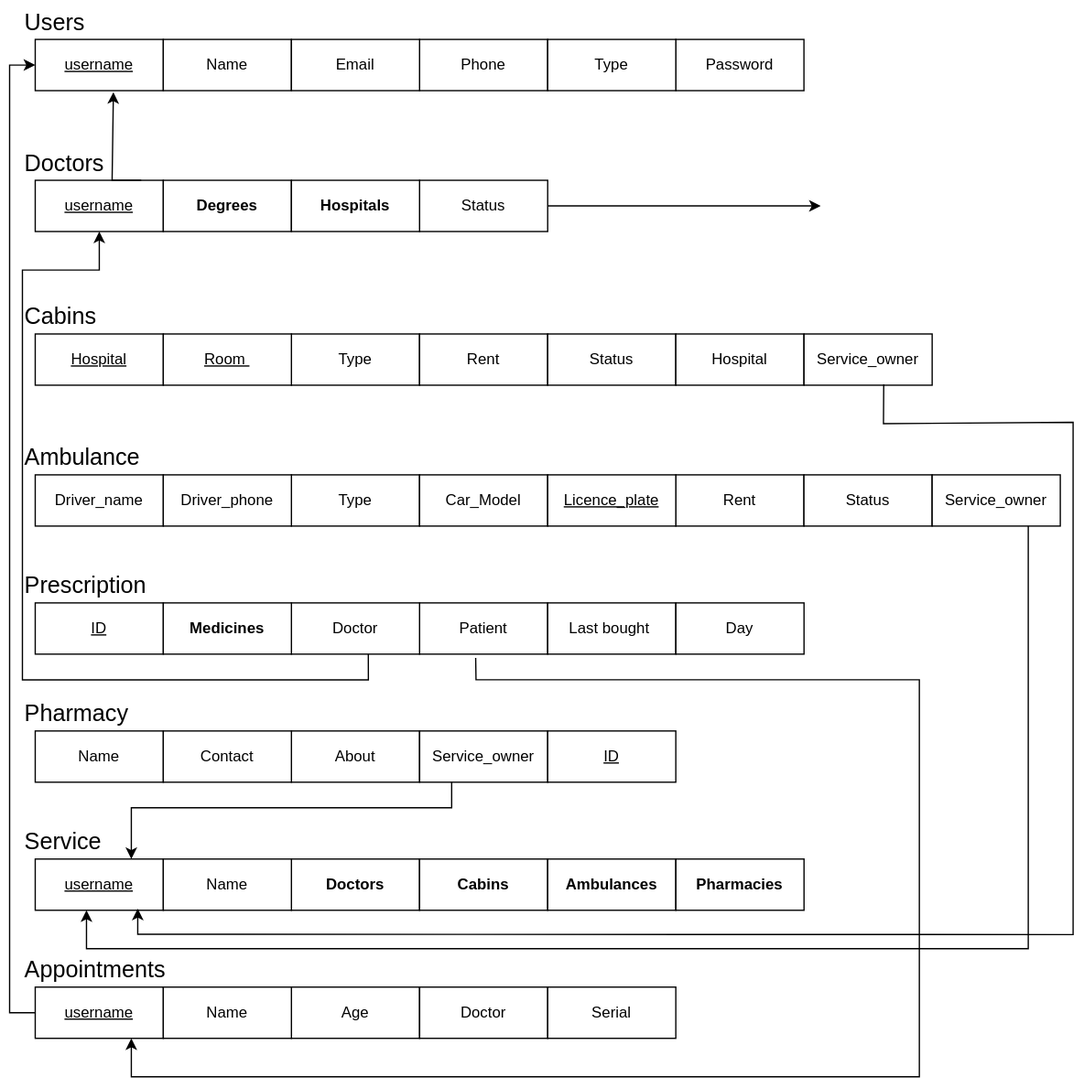
This is Medical Service Shema.drawio.svg from asiradnan/drawio, a draw.io export, as it was before one commit. Source tidied: cells renumbered, new cells last; positions are measured from the earlier drawing's top-left corner, leaving out a move shared by most shapes.
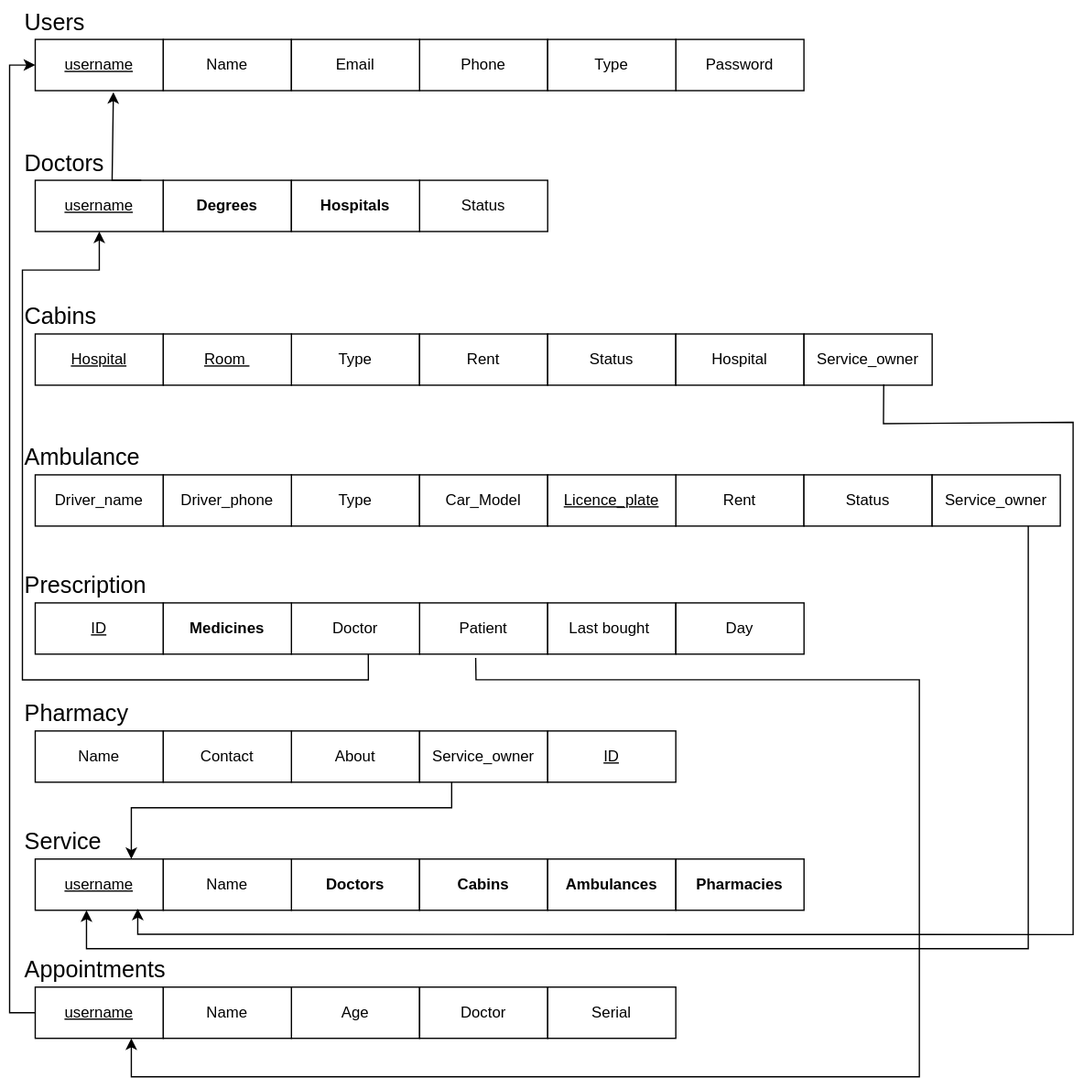
After the commit.

Commit message:
Test was successful

Change to the diagram source:
```diff
@@ -236,10 +236,5 @@
         </Array>
       </mxGeometry>
     </mxCell>
-    <mxCell id="64" style="endArrow=classic;html=1;rounded=0;exitX=1;exitY=0.5;exitDx=0;exitDy=0;" parent="1" edge="1" source="11">
-      <mxGeometry relative="1" as="geometry">
-        <mxPoint x="633" y="160" as="targetPoint" />
-      </mxGeometry>
-    </mxCell>
   </root>
 </mxGraphModel>
```
